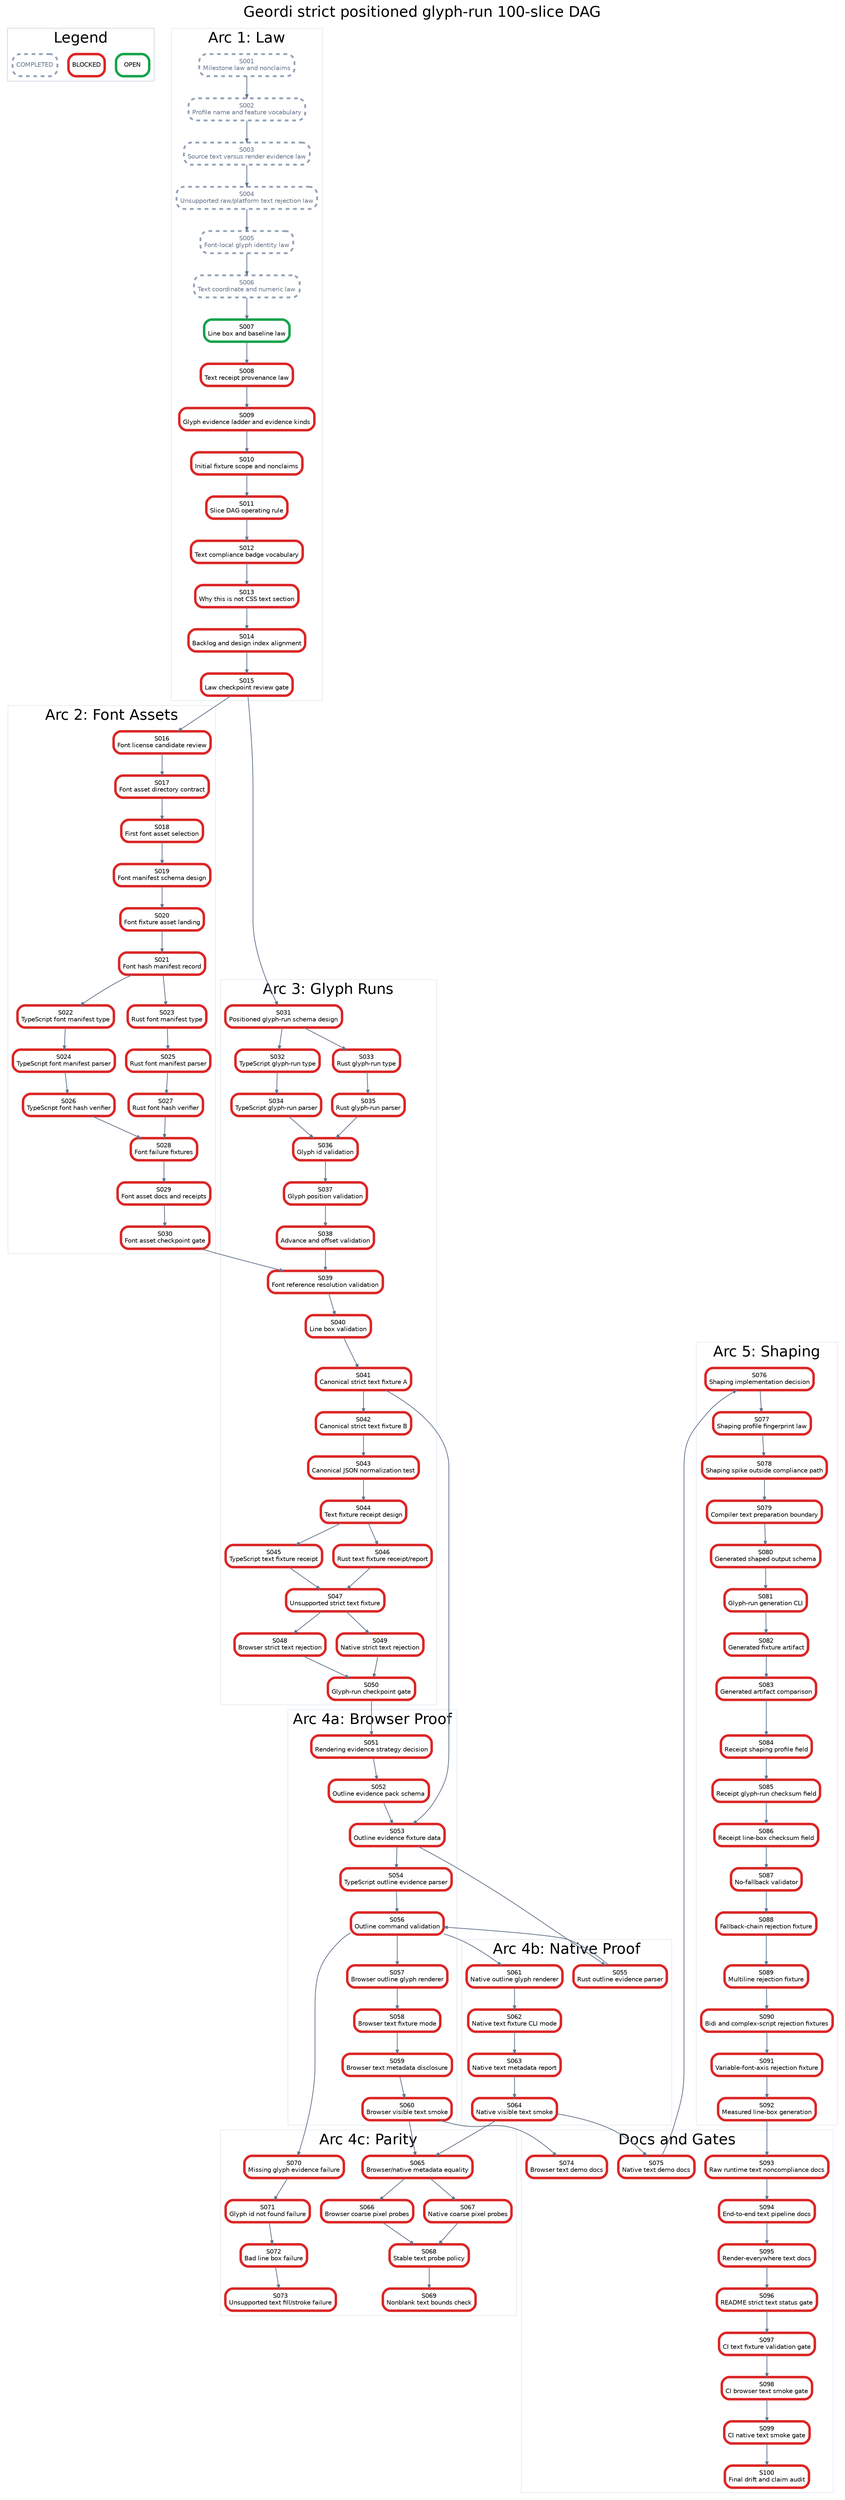
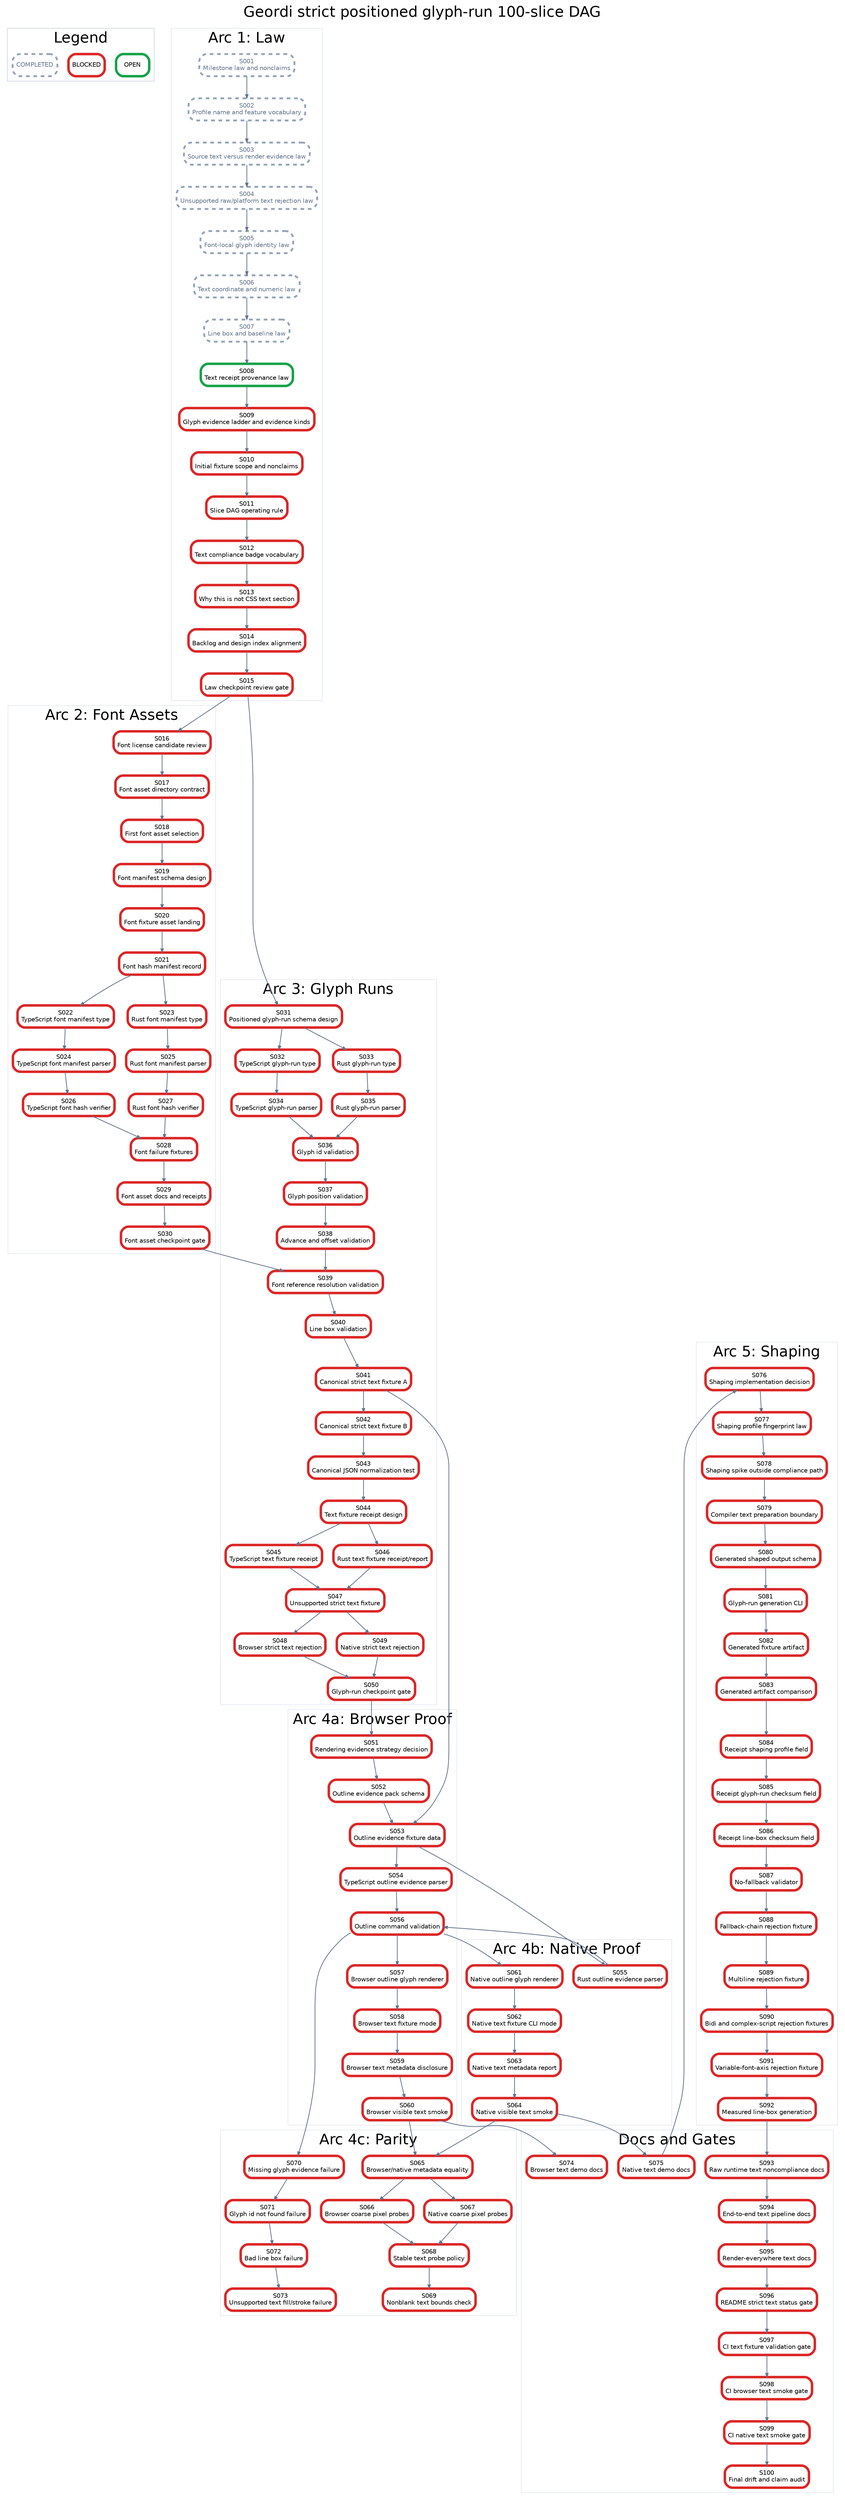
digraph StrictPositionedGlyphRunPlan {
  graph [rankdir=TB, bgcolor="white", fontname="Helvetica", label="Geordi strict positioned glyph-run 100-slice DAG", labelloc="t", fontsize=24];
  node [shape=box, style="rounded,filled", fillcolor="white", fontname="Helvetica", fontsize=10, margin="0.08,0.05"];
  edge [color="#64748b", arrowsize=0.6, penwidth=1.2];

  subgraph cluster_legend {
    label="Legend";
    color="#cbd5e1";
    legend_open [label="OPEN", color="#16a34a", penwidth=4];
    legend_blocked [label="BLOCKED", color="#dc2626", penwidth=4];
    legend_done [label="COMPLETED", color="#94a3b8", penwidth=3, style="rounded,filled,dashed", fontcolor="#64748b"];
  }

  subgraph cluster_law {
    label="Arc 1: Law";
    color="#e2e8f0";
    S001 [label="S001\nMilestone law and nonclaims", color="#94a3b8", penwidth=3, style="rounded,filled,dashed", fontcolor="#64748b"];
    S002 [label="S002\nProfile name and feature vocabulary", color="#94a3b8", penwidth=3, style="rounded,filled,dashed", fontcolor="#64748b"];
    S003 [label="S003\nSource text versus render evidence law", color="#94a3b8", penwidth=3, style="rounded,filled,dashed", fontcolor="#64748b"];
    S004 [label="S004\nUnsupported raw/platform text rejection law", color="#94a3b8", penwidth=3, style="rounded,filled,dashed", fontcolor="#64748b"];
    S005 [label="S005\nFont-local glyph identity law", color="#94a3b8", penwidth=3, style="rounded,filled,dashed", fontcolor="#64748b"];
    S006 [label="S006\nText coordinate and numeric law", color="#94a3b8", penwidth=3, style="rounded,filled,dashed", fontcolor="#64748b"];
-     S007 [label="S007\nLine box and baseline law", color="#16a34a", penwidth=4];
-     S008 [label="S008\nText receipt provenance law", color="#dc2626", penwidth=4];
+     S007 [label="S007\nLine box and baseline law", color="#94a3b8", penwidth=3, style="rounded,filled,dashed", fontcolor="#64748b"];
+     S008 [label="S008\nText receipt provenance law", color="#16a34a", penwidth=4];
    S009 [label="S009\nGlyph evidence ladder and evidence kinds", color="#dc2626", penwidth=4];
    S010 [label="S010\nInitial fixture scope and nonclaims", color="#dc2626", penwidth=4];
    S011 [label="S011\nSlice DAG operating rule", color="#dc2626", penwidth=4];
    S012 [label="S012\nText compliance badge vocabulary", color="#dc2626", penwidth=4];
    S013 [label="S013\nWhy this is not CSS text section", color="#dc2626", penwidth=4];
    S014 [label="S014\nBacklog and design index alignment", color="#dc2626", penwidth=4];
    S015 [label="S015\nLaw checkpoint review gate", color="#dc2626", penwidth=4];
  }

  subgraph cluster_assets {
    label="Arc 2: Font Assets";
    color="#e2e8f0";
    S016 [label="S016\nFont license candidate review", color="#dc2626", penwidth=4];
    S017 [label="S017\nFont asset directory contract", color="#dc2626", penwidth=4];
    S018 [label="S018\nFirst font asset selection", color="#dc2626", penwidth=4];
    S019 [label="S019\nFont manifest schema design", color="#dc2626", penwidth=4];
    S020 [label="S020\nFont fixture asset landing", color="#dc2626", penwidth=4];
    S021 [label="S021\nFont hash manifest record", color="#dc2626", penwidth=4];
    S022 [label="S022\nTypeScript font manifest type", color="#dc2626", penwidth=4];
    S023 [label="S023\nRust font manifest type", color="#dc2626", penwidth=4];
    S024 [label="S024\nTypeScript font manifest parser", color="#dc2626", penwidth=4];
    S025 [label="S025\nRust font manifest parser", color="#dc2626", penwidth=4];
    S026 [label="S026\nTypeScript font hash verifier", color="#dc2626", penwidth=4];
    S027 [label="S027\nRust font hash verifier", color="#dc2626", penwidth=4];
    S028 [label="S028\nFont failure fixtures", color="#dc2626", penwidth=4];
    S029 [label="S029\nFont asset docs and receipts", color="#dc2626", penwidth=4];
    S030 [label="S030\nFont asset checkpoint gate", color="#dc2626", penwidth=4];
  }

  subgraph cluster_glyph {
    label="Arc 3: Glyph Runs";
    color="#e2e8f0";
    S031 [label="S031\nPositioned glyph-run schema design", color="#dc2626", penwidth=4];
    S032 [label="S032\nTypeScript glyph-run type", color="#dc2626", penwidth=4];
    S033 [label="S033\nRust glyph-run type", color="#dc2626", penwidth=4];
    S034 [label="S034\nTypeScript glyph-run parser", color="#dc2626", penwidth=4];
    S035 [label="S035\nRust glyph-run parser", color="#dc2626", penwidth=4];
    S036 [label="S036\nGlyph id validation", color="#dc2626", penwidth=4];
    S037 [label="S037\nGlyph position validation", color="#dc2626", penwidth=4];
    S038 [label="S038\nAdvance and offset validation", color="#dc2626", penwidth=4];
    S039 [label="S039\nFont reference resolution validation", color="#dc2626", penwidth=4];
    S040 [label="S040\nLine box validation", color="#dc2626", penwidth=4];
    S041 [label="S041\nCanonical strict text fixture A", color="#dc2626", penwidth=4];
    S042 [label="S042\nCanonical strict text fixture B", color="#dc2626", penwidth=4];
    S043 [label="S043\nCanonical JSON normalization test", color="#dc2626", penwidth=4];
    S044 [label="S044\nText fixture receipt design", color="#dc2626", penwidth=4];
    S045 [label="S045\nTypeScript text fixture receipt", color="#dc2626", penwidth=4];
    S046 [label="S046\nRust text fixture receipt/report", color="#dc2626", penwidth=4];
    S047 [label="S047\nUnsupported strict text fixture", color="#dc2626", penwidth=4];
    S048 [label="S048\nBrowser strict text rejection", color="#dc2626", penwidth=4];
    S049 [label="S049\nNative strict text rejection", color="#dc2626", penwidth=4];
    S050 [label="S050\nGlyph-run checkpoint gate", color="#dc2626", penwidth=4];
  }

  subgraph cluster_browser {
    label="Arc 4a: Browser Proof";
    color="#e2e8f0";
    S051 [label="S051\nRendering evidence strategy decision", color="#dc2626", penwidth=4];
    S052 [label="S052\nOutline evidence pack schema", color="#dc2626", penwidth=4];
    S053 [label="S053\nOutline evidence fixture data", color="#dc2626", penwidth=4];
    S054 [label="S054\nTypeScript outline evidence parser", color="#dc2626", penwidth=4];
    S056 [label="S056\nOutline command validation", color="#dc2626", penwidth=4];
    S057 [label="S057\nBrowser outline glyph renderer", color="#dc2626", penwidth=4];
    S058 [label="S058\nBrowser text fixture mode", color="#dc2626", penwidth=4];
    S059 [label="S059\nBrowser text metadata disclosure", color="#dc2626", penwidth=4];
    S060 [label="S060\nBrowser visible text smoke", color="#dc2626", penwidth=4];
  }

  subgraph cluster_native {
    label="Arc 4b: Native Proof";
    color="#e2e8f0";
    S055 [label="S055\nRust outline evidence parser", color="#dc2626", penwidth=4];
    S061 [label="S061\nNative outline glyph renderer", color="#dc2626", penwidth=4];
    S062 [label="S062\nNative text fixture CLI mode", color="#dc2626", penwidth=4];
    S063 [label="S063\nNative text metadata report", color="#dc2626", penwidth=4];
    S064 [label="S064\nNative visible text smoke", color="#dc2626", penwidth=4];
  }

  subgraph cluster_parity {
    label="Arc 4c: Parity";
    color="#e2e8f0";
    S065 [label="S065\nBrowser/native metadata equality", color="#dc2626", penwidth=4];
    S066 [label="S066\nBrowser coarse pixel probes", color="#dc2626", penwidth=4];
    S067 [label="S067\nNative coarse pixel probes", color="#dc2626", penwidth=4];
    S068 [label="S068\nStable text probe policy", color="#dc2626", penwidth=4];
    S069 [label="S069\nNonblank text bounds check", color="#dc2626", penwidth=4];
    S070 [label="S070\nMissing glyph evidence failure", color="#dc2626", penwidth=4];
    S071 [label="S071\nGlyph id not found failure", color="#dc2626", penwidth=4];
    S072 [label="S072\nBad line box failure", color="#dc2626", penwidth=4];
    S073 [label="S073\nUnsupported text fill/stroke failure", color="#dc2626", penwidth=4];
  }

  subgraph cluster_shaping {
    label="Arc 5: Shaping";
    color="#e2e8f0";
    S076 [label="S076\nShaping implementation decision", color="#dc2626", penwidth=4];
    S077 [label="S077\nShaping profile fingerprint law", color="#dc2626", penwidth=4];
    S078 [label="S078\nShaping spike outside compliance path", color="#dc2626", penwidth=4];
    S079 [label="S079\nCompiler text preparation boundary", color="#dc2626", penwidth=4];
    S080 [label="S080\nGenerated shaped output schema", color="#dc2626", penwidth=4];
    S081 [label="S081\nGlyph-run generation CLI", color="#dc2626", penwidth=4];
    S082 [label="S082\nGenerated fixture artifact", color="#dc2626", penwidth=4];
    S083 [label="S083\nGenerated artifact comparison", color="#dc2626", penwidth=4];
    S084 [label="S084\nReceipt shaping profile field", color="#dc2626", penwidth=4];
    S085 [label="S085\nReceipt glyph-run checksum field", color="#dc2626", penwidth=4];
    S086 [label="S086\nReceipt line-box checksum field", color="#dc2626", penwidth=4];
    S087 [label="S087\nNo-fallback validator", color="#dc2626", penwidth=4];
    S088 [label="S088\nFallback-chain rejection fixture", color="#dc2626", penwidth=4];
    S089 [label="S089\nMultiline rejection fixture", color="#dc2626", penwidth=4];
    S090 [label="S090\nBidi and complex-script rejection fixtures", color="#dc2626", penwidth=4];
    S091 [label="S091\nVariable-font-axis rejection fixture", color="#dc2626", penwidth=4];
    S092 [label="S092\nMeasured line-box generation", color="#dc2626", penwidth=4];
  }

  subgraph cluster_docs {
    label="Docs and Gates";
    color="#e2e8f0";
    S074 [label="S074\nBrowser text demo docs", color="#dc2626", penwidth=4];
    S075 [label="S075\nNative text demo docs", color="#dc2626", penwidth=4];
    S093 [label="S093\nRaw runtime text noncompliance docs", color="#dc2626", penwidth=4];
    S094 [label="S094\nEnd-to-end text pipeline docs", color="#dc2626", penwidth=4];
    S095 [label="S095\nRender-everywhere text docs", color="#dc2626", penwidth=4];
    S096 [label="S096\nREADME strict text status gate", color="#dc2626", penwidth=4];
    S097 [label="S097\nCI text fixture validation gate", color="#dc2626", penwidth=4];
    S098 [label="S098\nCI browser text smoke gate", color="#dc2626", penwidth=4];
    S099 [label="S099\nCI native text smoke gate", color="#dc2626", penwidth=4];
    S100 [label="S100\nFinal drift and claim audit", color="#dc2626", penwidth=4];
  }

  S001 -> S002;
  S002 -> S003;
  S003 -> S004;
  S004 -> S005;
  S005 -> S006;
  S006 -> S007;
  S007 -> S008;
  S008 -> S009;
  S009 -> S010;
  S010 -> S011;
  S011 -> S012;
  S012 -> S013;
  S013 -> S014;
  S014 -> S015;
  S015 -> S016;
  S016 -> S017;
  S017 -> S018;
  S018 -> S019;
  S019 -> S020;
  S020 -> S021;
  S021 -> S022;
  S021 -> S023;
  S022 -> S024;
  S023 -> S025;
  S024 -> S026;
  S025 -> S027;
  S026 -> S028;
  S027 -> S028;
  S028 -> S029;
  S029 -> S030;
  S015 -> S031;
  S031 -> S032;
  S031 -> S033;
  S032 -> S034;
  S033 -> S035;
  S034 -> S036;
  S035 -> S036;
  S036 -> S037;
  S037 -> S038;
  S038 -> S039;
  S039 -> S040;
  S030 -> S039;
  S040 -> S041;
  S041 -> S042;
  S042 -> S043;
  S043 -> S044;
  S044 -> S045;
  S044 -> S046;
  S045 -> S047;
  S046 -> S047;
  S047 -> S048;
  S047 -> S049;
  S048 -> S050;
  S049 -> S050;
  S050 -> S051;
  S051 -> S052;
  S052 -> S053;
  S041 -> S053;
  S053 -> S054;
  S053 -> S055;
  S054 -> S056;
  S055 -> S056;
  S056 -> S057;
  S057 -> S058;
  S058 -> S059;
  S059 -> S060;
  S056 -> S061;
  S061 -> S062;
  S062 -> S063;
  S063 -> S064;
  S060 -> S065;
  S064 -> S065;
  S065 -> S066;
  S065 -> S067;
  S066 -> S068;
  S067 -> S068;
  S068 -> S069;
  S056 -> S070;
  S070 -> S071;
  S071 -> S072;
  S072 -> S073;
  S060 -> S074;
  S064 -> S075;
  S075 -> S076;
  S076 -> S077;
  S077 -> S078;
  S078 -> S079;
  S079 -> S080;
  S080 -> S081;
  S081 -> S082;
  S082 -> S083;
  S083 -> S084;
  S084 -> S085;
  S085 -> S086;
  S086 -> S087;
  S087 -> S088;
  S088 -> S089;
  S089 -> S090;
  S090 -> S091;
  S091 -> S092;
  S092 -> S093;
  S093 -> S094;
  S094 -> S095;
  S095 -> S096;
  S096 -> S097;
  S097 -> S098;
  S098 -> S099;
  S099 -> S100;
}
